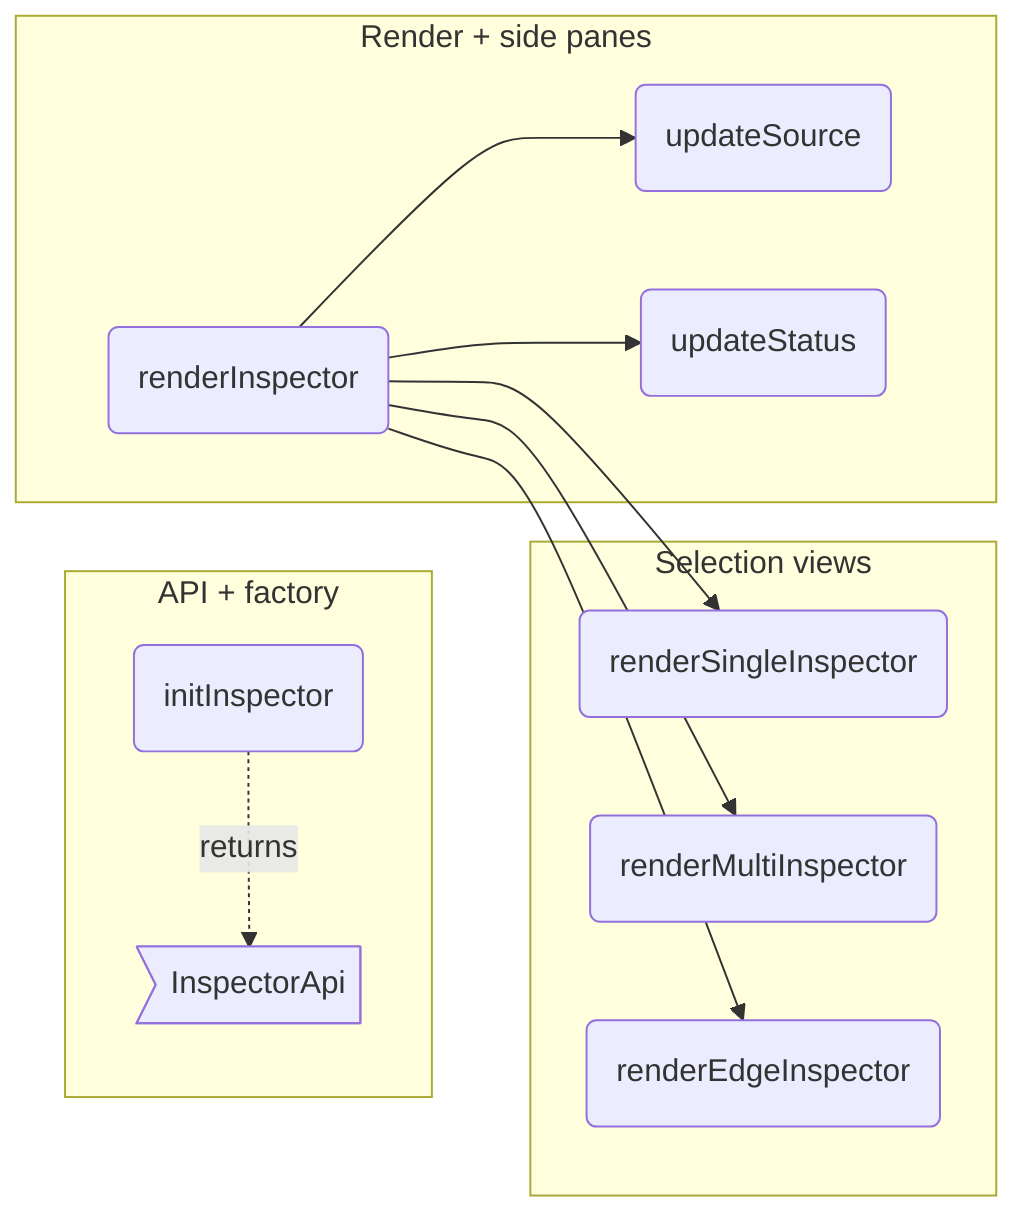
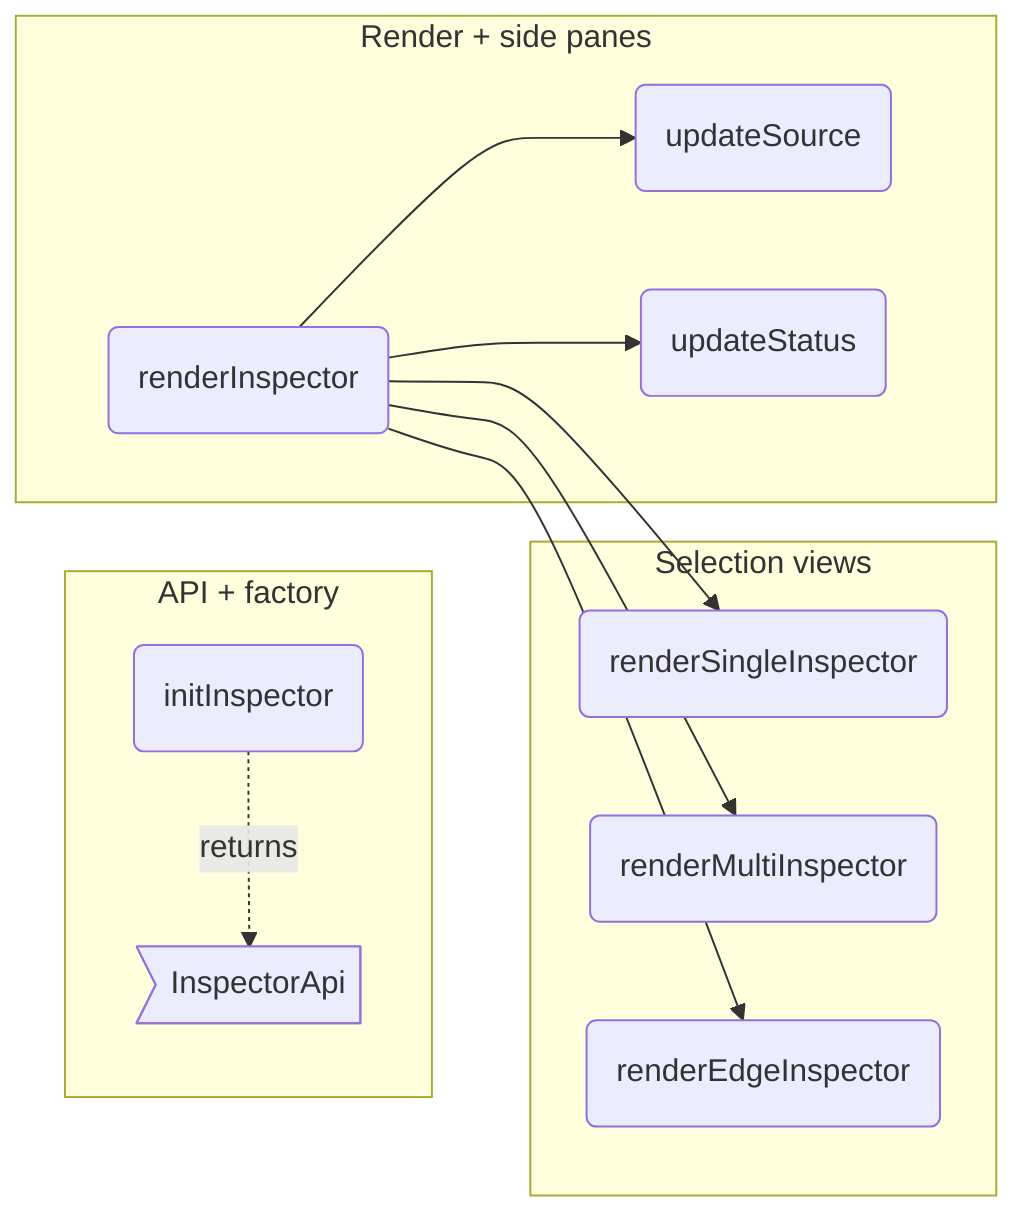
flowchart LR
%% root inspector

%% src InspectorApi src/panel/inspector.ts#InspectorApi
%% kind InspectorApi type
%% fm:meta InspectorApi name=InspectorApi
%% fm:meta InspectorApi desc=public surface: renderInspector

%% src initInspector src/panel/inspector.ts#initInspector
%% kind initInspector function
%% fm:meta initInspector name=initInspector
- %% fm:meta initInspector desc=build the inspector bound to ctx, nodes and selection
+ %% fm:meta initInspector desc=build the inspector bound to ctx, nodes and selection; edge and node-meta mutations delegate to the nodes module's single-owner verbs (setEdgeLabel, reverseEdge, deleteEdge, setNodeMeta) — the inspector owns DOM and cadence, never the mutation
%% fm:meta initInspector i0.name=initInspector
%% fm:meta initInspector i0.accepts=ctx: AppContext
%% fm:meta initInspector i0.accepts=nodes: NodesApi
%% fm:meta initInspector i0.accepts=selection: SelectionApi
%% fm:meta initInspector i0.returns=InspectorApi

%% src renderInspector src/panel/inspector.ts#renderInspector
%% kind renderInspector function
%% fm:meta renderInspector name=renderInspector
%% fm:meta renderInspector desc=route to the empty, single, multi or edge view for the current selection
%% fm:meta renderInspector i0.name=renderInspector
%% fm:meta renderInspector i0.returns=void

%% src updateSource src/panel/inspector.ts#updateSource
%% kind updateSource function
%% fm:meta updateSource name=updateSource
%% fm:meta updateSource desc=show the selected node real signature and body from the loaded bodies.json
%% fm:meta updateSource i0.name=updateSource
%% fm:meta updateSource i0.returns=void

%% src updateStatus src/panel/inspector.ts#updateStatus
%% kind updateStatus function
%% fm:meta updateStatus name=updateStatus
%% fm:meta updateStatus desc=write the node/edge/selection counter into the status bar
%% fm:meta updateStatus i0.name=updateStatus
%% fm:meta updateStatus i0.returns=void

%% src renderSingleInspector src/panel/inspector.ts#renderSingleInspector
%% kind renderSingleInspector function
%% fm:meta renderSingleInspector name=renderSingleInspector
%% fm:meta renderSingleInspector desc=label, shape, kind, parent, fill, size/pos, frontmatter editor, delete
%% fm:meta renderSingleInspector i0.name=renderSingleInspector
%% fm:meta renderSingleInspector i0.accepts=body: HTMLElement
%% fm:meta renderSingleInspector i0.returns=void

%% src renderMultiInspector src/panel/inspector.ts#renderMultiInspector
%% kind renderMultiInspector function
%% fm:meta renderMultiInspector name=renderMultiInspector
%% fm:meta renderMultiInspector desc=align, distribute, bulk fill, wrap in group, delete for multi-selection
%% fm:meta renderMultiInspector i0.name=renderMultiInspector
%% fm:meta renderMultiInspector i0.accepts=body: HTMLElement
%% fm:meta renderMultiInspector i0.returns=void

%% src renderEdgeInspector src/panel/inspector.ts#renderEdgeInspector
%% kind renderEdgeInspector function
%% fm:meta renderEdgeInspector name=renderEdgeInspector
%% fm:meta renderEdgeInspector desc=label, line style, routing, reset, reverse, delete for a selected edge
%% fm:meta renderEdgeInspector i0.name=renderEdgeInspector
%% fm:meta renderEdgeInspector i0.accepts=body: HTMLElement
%% fm:meta renderEdgeInspector i0.returns=void

%% parent in_api inspector
%% parent in_render inspector
%% parent in_panes inspector

  subgraph in_api ["API + factory"]
    InspectorApi>"InspectorApi"]
    initInspector("initInspector")
  end
  subgraph in_render ["Render + side panes"]
    renderInspector("renderInspector")
    updateSource("updateSource")
    updateStatus("updateStatus")
  end
  subgraph in_panes ["Selection views"]
    renderSingleInspector("renderSingleInspector")
    renderMultiInspector("renderMultiInspector")
    renderEdgeInspector("renderEdgeInspector")
  end

  renderInspector --> renderSingleInspector
  renderInspector --> renderMultiInspector
  renderInspector --> renderEdgeInspector
  renderInspector --> updateSource
  renderInspector --> updateStatus
  initInspector -.->|returns| InspectorApi
